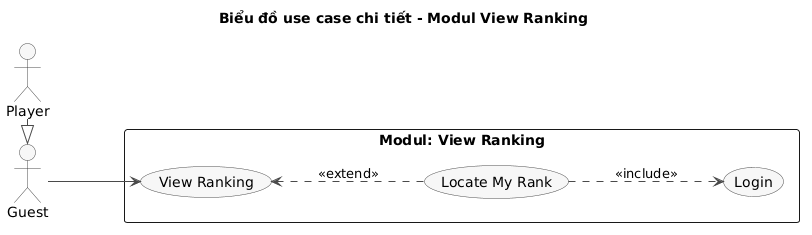
Earlier version of the PlantUML export docs/uml/pha1/uc-m2-view-ranking.png (VattenL/mobile-pikachu).
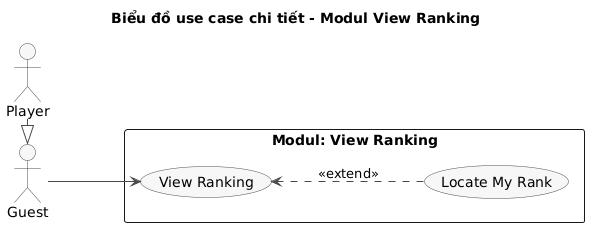
The same file after the commit.

The edit, as a diff of the source:
```diff
@@ -23,11 +23,9 @@
 rectangle "Modul: View Ranking" {
   usecase "View Ranking" as UC04
   usecase "Locate My Rank" as UC04_1
-  usecase "Login" as UC02
 }
 
 Player -|> Guest
 Guest --> UC04
 UC04 <.. UC04_1 : <<extend>>
-UC04_1 ..> UC02 : <<include>>
 @enduml
```
